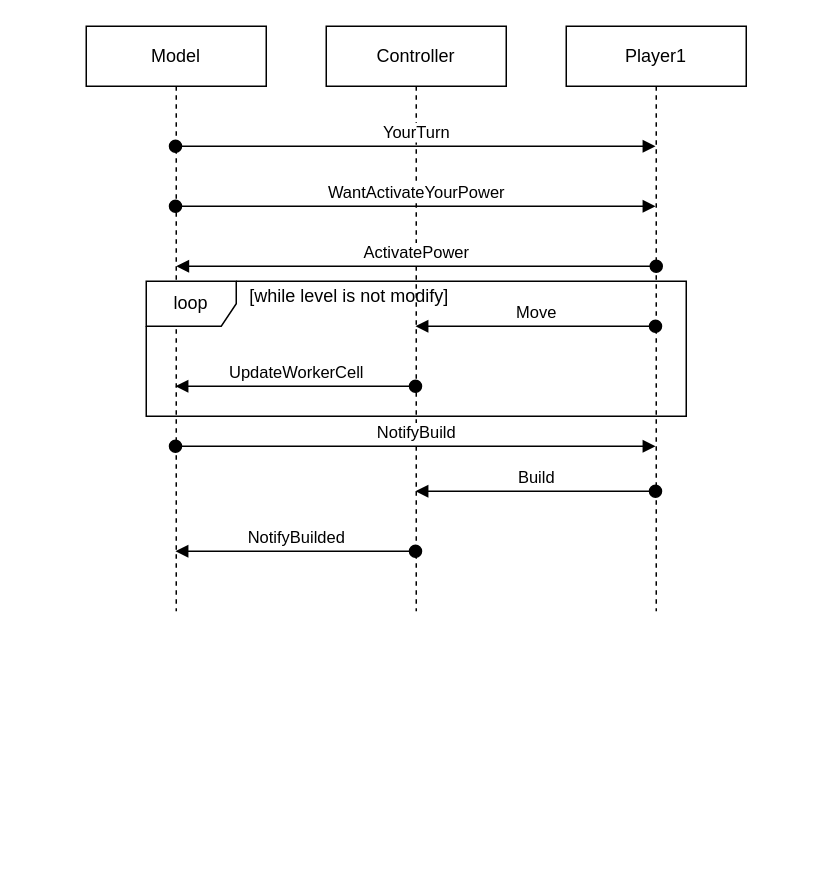
The draw.io diagram page "Case_Hermes" (8 of 11) of UML/newUML.drawio in matteovisotto/ing-sw-2020-Siriani-Stucchi-Visotto, before the edit. Source tidied: cells renumbered, new cells numbered last; positions are measured from the earlier drawing's top-left corner, leaving out a move shared by most shapes. Both pictures are drawn from the tidied source at 150%, with x=0, y=0 at pixel (86, 26).
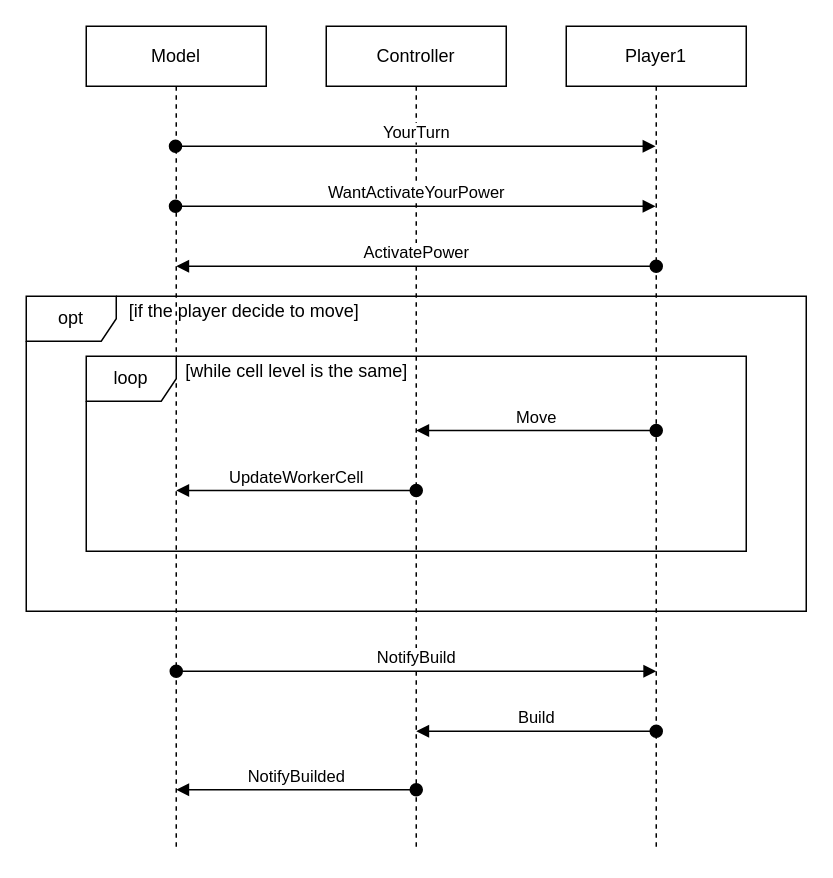
Above is the later version.

What changed in the source:
```diff
@@
     <mxCell id="2" value="Model&lt;br&gt;" style="shape=umlLifeline;perimeter=lifelinePerimeter;whiteSpace=wrap;html=1;outlineConnect=0;" parent="1" vertex="1">
-      <mxGeometry width="120" height="390" as="geometry" />
+      <mxGeometry width="120" height="550" as="geometry" />
     </mxCell>
     <mxCell id="3" value="Player1" style="shape=umlLifeline;perimeter=lifelinePerimeter;whiteSpace=wrap;html=1;outlineConnect=0;" parent="1" vertex="1">
-      <mxGeometry x="320" width="120" height="390" as="geometry" />
+      <mxGeometry x="320" width="120" height="550" as="geometry" />
     </mxCell>
     <mxCell id="4" value="Controller" style="shape=umlLifeline;perimeter=lifelinePerimeter;whiteSpace=wrap;html=1;outlineConnect=0;" parent="1" vertex="1">
-      <mxGeometry x="160" width="120" height="390" as="geometry" />
+      <mxGeometry x="160" width="120" height="550" as="geometry" />
     </mxCell>
@@
+    <mxCell id="15" value="opt" style="shape=umlFrame;whiteSpace=wrap;html=1;" parent="1" vertex="1">
+      <mxGeometry x="-40" y="180" width="520" height="210" as="geometry" />
+    </mxCell>
+    <mxCell id="13" value="loop" style="shape=umlFrame;whiteSpace=wrap;html=1;" parent="1" vertex="1">
+      <mxGeometry y="220" width="440" height="130" as="geometry" />
+    </mxCell>
-    <mxCell id="8" value="Move" style="html=1;verticalAlign=bottom;startArrow=oval;startFill=1;endArrow=block;startSize=8;" parent="1" edge="1" source="3" target="4">
+    <mxCell id="8" value="Move" style="html=1;verticalAlign=bottom;startArrow=oval;startFill=1;endArrow=block;startSize=8;" parent="1" edge="1">
       <mxGeometry relative="1" as="geometry">
+        <mxPoint x="380" y="269.5" as="sourcePoint" />
+        <mxPoint x="220" y="269.5" as="targetPoint" />
         <Array as="points">
-          <mxPoint x="350" y="200" />
+          <mxPoint x="350.5" y="269.5" />
         </Array>
       </mxGeometry>
     </mxCell>
-    <mxCell id="9" value="UpdateWorkerCell" style="html=1;verticalAlign=bottom;startArrow=oval;startFill=1;endArrow=block;startSize=8;" parent="1" edge="1" source="4" target="2">
+    <mxCell id="9" value="UpdateWorkerCell" style="html=1;verticalAlign=bottom;startArrow=oval;startFill=1;endArrow=block;startSize=8;" parent="1" edge="1">
       <mxGeometry relative="1" as="geometry">
+        <mxPoint x="220" y="309.5" as="sourcePoint" />
+        <mxPoint x="60" y="309.5" as="targetPoint" />
         <Array as="points">
-          <mxPoint x="190" y="240" />
+          <mxPoint x="190.5" y="309.5" />
         </Array>
       </mxGeometry>
     </mxCell>
+    <mxCell id="16" value="[while cell level is the same]" style="text;html=1;align=center;verticalAlign=middle;" parent="1" vertex="1">
+      <mxGeometry x="60" y="220" width="160" height="20" as="geometry" />
+    </mxCell>
+    <mxCell id="12" value="NotifyBuild" style="html=1;verticalAlign=bottom;startArrow=oval;startFill=1;endArrow=block;startSize=8;" parent="1" edge="1">
+      <mxGeometry relative="1" as="geometry">
+        <mxPoint x="60" y="430" as="sourcePoint" />
+        <mxPoint x="380" y="430" as="targetPoint" />
+        <Array as="points">
+          <mxPoint x="320.5" y="430" />
+        </Array>
+      </mxGeometry>
+    </mxCell>
-    <mxCell id="10" value="Build" style="html=1;verticalAlign=bottom;startArrow=oval;startFill=1;endArrow=block;startSize=8;" parent="1" edge="1" source="3" target="4">
+    <mxCell id="10" value="Build" style="html=1;verticalAlign=bottom;startArrow=oval;startFill=1;endArrow=block;startSize=8;" parent="1" edge="1">
       <mxGeometry relative="1" as="geometry">
+        <mxPoint x="380" y="470" as="sourcePoint" />
+        <mxPoint x="220" y="470" as="targetPoint" />
         <Array as="points">
-          <mxPoint x="310" y="310" />
+          <mxPoint x="310.5" y="470" />
         </Array>
       </mxGeometry>
     </mxCell>
-    <mxCell id="11" value="NotifyBuilded" style="html=1;verticalAlign=bottom;startArrow=oval;startFill=1;endArrow=block;startSize=8;" parent="1" edge="1" source="4" target="2">
+    <mxCell id="11" value="NotifyBuilded" style="html=1;verticalAlign=bottom;startArrow=oval;startFill=1;endArrow=block;startSize=8;" parent="1" edge="1">
       <mxGeometry relative="1" as="geometry">
+        <mxPoint x="220" y="509" as="sourcePoint" />
+        <mxPoint x="60" y="509" as="targetPoint" />
         <Array as="points">
-          <mxPoint x="160" y="350" />
+          <mxPoint x="160.5" y="509" />
         </Array>
       </mxGeometry>
     </mxCell>
-    <mxCell id="12" value="NotifyBuild" style="html=1;verticalAlign=bottom;startArrow=oval;startFill=1;endArrow=block;startSize=8;" parent="1" edge="1" source="2" target="3">
-      <mxGeometry relative="1" as="geometry">
-        <Array as="points">
-          <mxPoint x="320" y="280" />
-        </Array>
-      </mxGeometry>
-    </mxCell>
-    <mxCell id="13" value="loop" style="shape=umlFrame;whiteSpace=wrap;html=1;" parent="1" vertex="1">
-      <mxGeometry x="40" y="170" width="360" height="90" as="geometry" />
-    </mxCell>
-    <mxCell id="14" value="[while level is not modify]" style="text;html=1;align=center;verticalAlign=middle;" parent="1" vertex="1">
-      <mxGeometry x="100" y="170" width="150" height="20" as="geometry" />
-    </mxCell>
+    <mxCell id="17" value="[if the player decide to move]" style="text;html=1;align=center;verticalAlign=middle;" parent="1" vertex="1">
+      <mxGeometry x="20" y="180" width="170" height="20" as="geometry" />
+    </mxCell>
```
